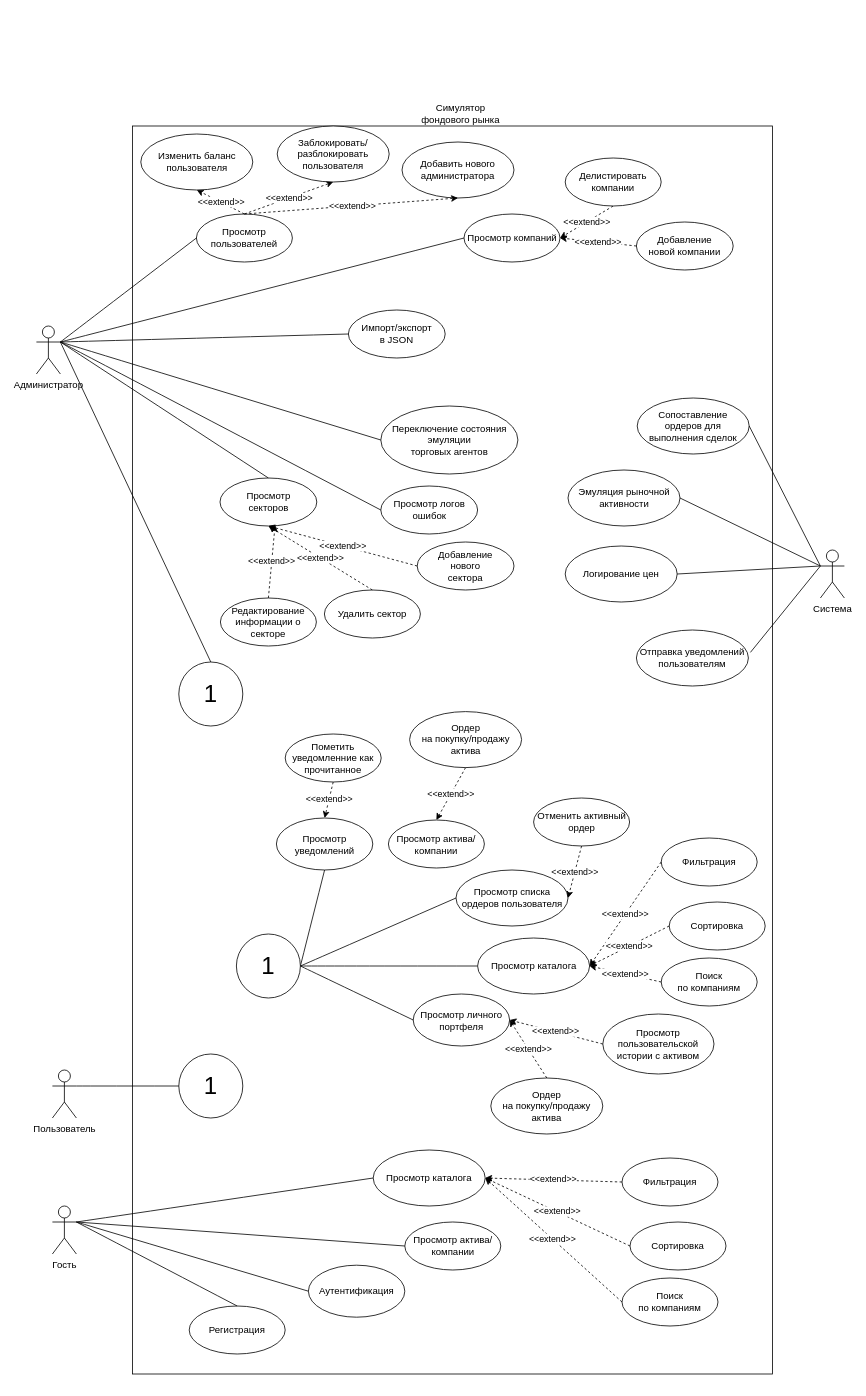
ksayron/StockLab keeps this draw.io diagram as Docs/Diagrams/StockLab-UseCase.drawio. Above is the earlier version. Source tidied: cells renumbered, new cells numbered last; positions are measured from the earlier drawing's top-left corner, leaving out a move shared by most shapes. Both pictures are drawn from the tidied source at 80%, with x=0, y=0 at pixel (36, 102).
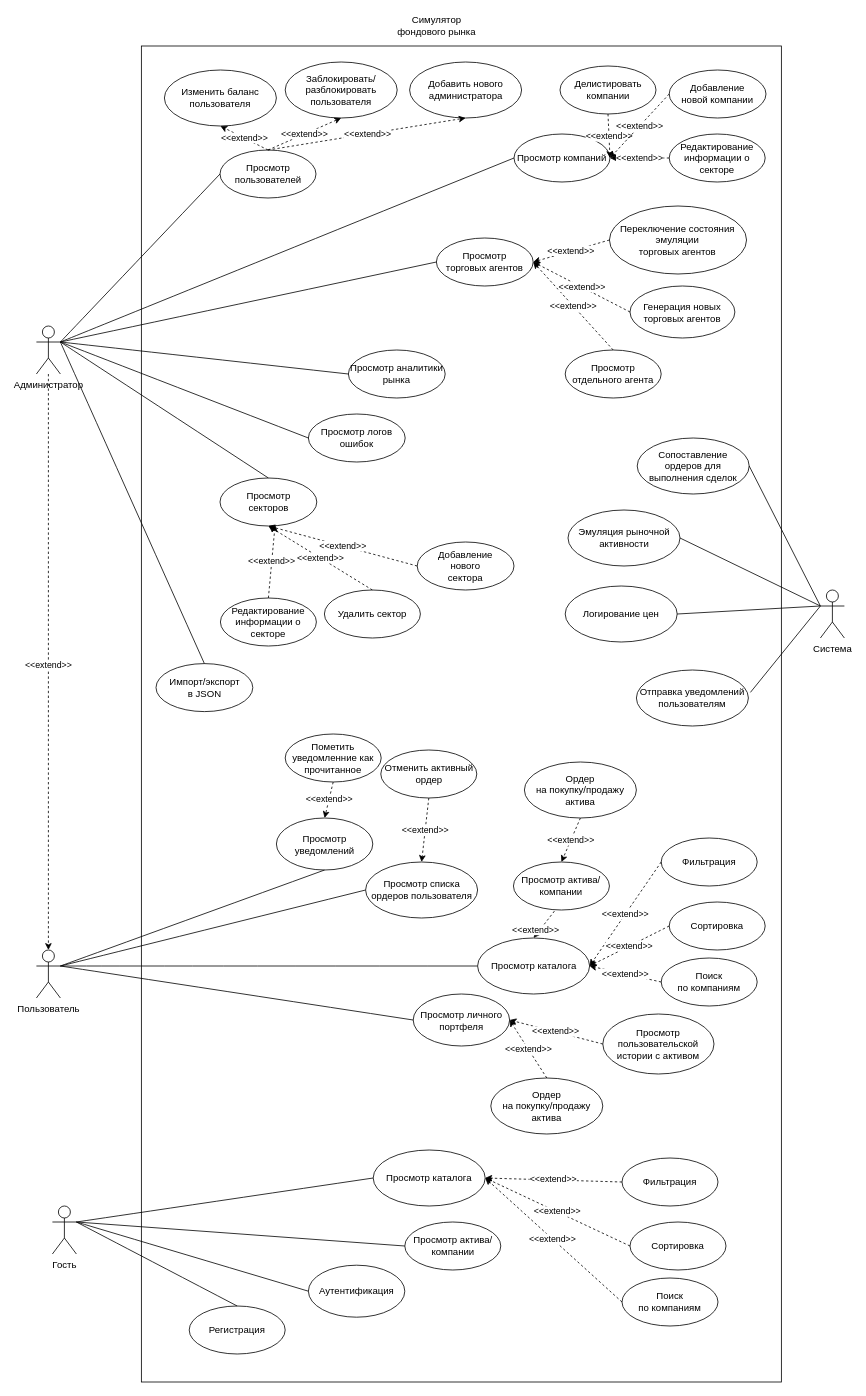
Above is the later version.

Unchanged cells that the change refers to:
```xml
<mxCell id="4" value="Администратор" style="shape=umlActor;verticalLabelPosition=bottom;verticalAlign=top;html=1;outlineConnect=0;shadow=0;glass=0;sketch=0;strokeColor=default;strokeWidth=1;fillColor=default;gradientColor=none;direction=west;flipV=1;" parent="1" vertex="1">
  <mxGeometry y="280" width="30" height="60" as="geometry" />
</mxCell>
<mxCell id="6" value="Просмотр уведомлений" style="ellipse;whiteSpace=wrap;html=1;shadow=0;glass=0;sketch=0;strokeColor=default;strokeWidth=1;fillColor=default;gradientColor=none;" parent="1" vertex="1">
  <mxGeometry x="300" y="895" width="120.5" height="65" as="geometry" />
</mxCell>
<mxCell id="55" value="Просмотр каталога" style="ellipse;whiteSpace=wrap;html=1;shadow=0;glass=0;sketch=0;strokeColor=default;strokeWidth=1;fillColor=default;gradientColor=none;" parent="1" vertex="1">
  <mxGeometry x="551.5" y="1045" width="140" height="70" as="geometry" />
</mxCell>
<mxCell id="60" value="Просмотр личного портфеля" style="ellipse;whiteSpace=wrap;html=1;shadow=0;glass=0;sketch=0;strokeColor=default;strokeWidth=1;fillColor=default;gradientColor=none;" parent="1" vertex="1">
  <mxGeometry x="471" y="1115" width="120.5" height="65" as="geometry" />
</mxCell>
```

Change to the diagram source:
```diff
@@
     <mxCell id="2" style="rounded=0;whiteSpace=wrap;html=1;" parent="1" vertex="1">
-      <mxGeometry x="120" y="30" width="800" height="1560" as="geometry" />
+      <mxGeometry x="131.2" y="-70" width="800" height="1670" as="geometry" />
     </mxCell>
     <mxCell id="3" value="Симулятор фондового рынка" style="text;html=1;strokeColor=none;fillColor=none;align=center;verticalAlign=middle;whiteSpace=wrap;rounded=0;shadow=0;glass=0;sketch=0;strokeWidth=1;" parent="1" vertex="1">
-      <mxGeometry x="477" width="107" height="30" as="geometry" />
+      <mxGeometry x="446.5" y="-110" width="107" height="30" as="geometry" />
     </mxCell>
@@
     <mxCell id="5" value="Пользователь&lt;div&gt;&lt;br&gt;&lt;/div&gt;" style="shape=umlActor;verticalLabelPosition=bottom;verticalAlign=top;html=1;outlineConnect=0;shadow=0;glass=0;sketch=0;strokeColor=default;strokeWidth=1;fillColor=default;gradientColor=none;" parent="1" vertex="1">
-      <mxGeometry x="20" y="1210" width="30" height="60" as="geometry" />
+      <mxGeometry y="1060" width="30" height="60" as="geometry" />
     </mxCell>
@@
-    <mxCell id="9" style="endArrow=none;html=1;strokeWidth=1;curved=1;exitX=1;exitY=0.5;exitDx=0;exitDy=0;entryX=0;entryY=0.5;entryDx=0;entryDy=0;" parent="1" edge="1" source="67" target="65">
+    <mxCell id="9" style="endArrow=none;html=1;strokeWidth=1;curved=1;exitX=1;exitY=0.3333333333333333;exitDx=0;exitDy=0;entryX=0;entryY=0.5;entryDx=0;entryDy=0;exitPerimeter=0;" parent="1" edge="1" source="5" target="65">
       <mxGeometry relative="1" as="geometry" />
     </mxCell>
@@
-    <mxCell id="11" style="endArrow=none;html=1;strokeWidth=1;curved=1;exitX=1;exitY=0.5;exitDx=0;exitDy=0;entryX=0.5;entryY=1;entryDx=0;entryDy=0;" parent="1" edge="1" source="67" target="6">
+    <mxCell id="11" style="endArrow=none;html=1;strokeWidth=1;curved=1;exitX=1;exitY=0.3333333333333333;exitDx=0;exitDy=0;entryX=0.5;entryY=1;entryDx=0;entryDy=0;exitPerimeter=0;" parent="1" edge="1" source="5" target="6">
       <mxGeometry relative="1" as="geometry" />
     </mxCell>
@@
     <mxCell id="15" value="Просмотр пользователей" style="ellipse;whiteSpace=wrap;html=1;shadow=0;glass=0;sketch=0;strokeColor=default;strokeWidth=1;fillColor=default;gradientColor=none;" parent="1" vertex="1">
-      <mxGeometry x="200" y="140" width="120" height="60" as="geometry" />
+      <mxGeometry x="229.5" y="60" width="120" height="60" as="geometry" />
     </mxCell>
@@
     <mxCell id="18" value="Добавление&lt;br&gt;новой компании" style="ellipse;whiteSpace=wrap;html=1;shadow=0;glass=0;sketch=0;strokeColor=default;strokeWidth=1;fillColor=default;gradientColor=none;" parent="1" vertex="1">
-      <mxGeometry x="750" y="150" width="121" height="60" as="geometry" />
+      <mxGeometry x="791" y="-40" width="121" height="60" as="geometry" />
     </mxCell>
     <mxCell id="19" value="Просмотр логов ошибок" style="ellipse;whiteSpace=wrap;html=1;shadow=0;glass=0;sketch=0;strokeColor=default;strokeWidth=1;fillColor=default;gradientColor=none;" parent="1" vertex="1">
-      <mxGeometry x="430.5" y="480" width="121" height="60" as="geometry" />
+      <mxGeometry x="340" y="390" width="121" height="60" as="geometry" />
     </mxCell>
@@
     <mxCell id="21" value="Просмотр компаний" style="ellipse;whiteSpace=wrap;html=1;shadow=0;glass=0;sketch=0;strokeColor=default;strokeWidth=1;fillColor=default;gradientColor=none;" parent="1" vertex="1">
-      <mxGeometry x="534.5" y="140" width="120" height="60" as="geometry" />
+      <mxGeometry x="597" y="40" width="120" height="60" as="geometry" />
     </mxCell>
@@
     <mxCell id="24" value="Заблокировать/разблокировать&lt;br&gt;пользователя" style="ellipse;whiteSpace=wrap;html=1;shadow=0;glass=0;sketch=0;strokeColor=default;strokeWidth=1;fillColor=default;gradientColor=none;" parent="1" vertex="1">
-      <mxGeometry x="301" y="30" width="140" height="70" as="geometry" />
+      <mxGeometry x="311" y="-50" width="140" height="70" as="geometry" />
     </mxCell>
@@
     <mxCell id="26" value="Делистировать компании" style="ellipse;whiteSpace=wrap;html=1;shadow=0;glass=0;sketch=0;strokeColor=default;strokeWidth=1;fillColor=default;gradientColor=none;" parent="1" vertex="1">
-      <mxGeometry x="661" y="70" width="120" height="60" as="geometry" />
+      <mxGeometry x="654.5" y="-45" width="120" height="60" as="geometry" />
     </mxCell>
@@
-    <mxCell id="29" style="endArrow=none;html=1;strokeWidth=1;curved=1;exitX=1;exitY=0.5;exitDx=0;exitDy=0;entryX=0;entryY=0.5;entryDx=0;entryDy=0;" parent="1" edge="1" source="67" target="55">
+    <mxCell id="29" style="endArrow=none;html=1;strokeWidth=1;curved=1;exitX=1;exitY=0.3333333333333333;exitDx=0;exitDy=0;entryX=0;entryY=0.5;entryDx=0;entryDy=0;exitPerimeter=0;" parent="1" edge="1" source="5" target="55">
       <mxGeometry relative="1" as="geometry" />
     </mxCell>
     <mxCell id="30" value="Отменить активный ордер" style="ellipse;whiteSpace=wrap;html=1;shadow=0;glass=0;sketch=0;strokeColor=default;strokeWidth=1;fillColor=default;gradientColor=none;" parent="1" vertex="1">
-      <mxGeometry x="621.5" y="870" width="120" height="60" as="geometry" />
+      <mxGeometry x="430.5" y="810" width="120" height="60" as="geometry" />
     </mxCell>
@@
-    <mxCell id="35" style="endArrow=none;html=1;rounded=0;entryX=0.5;entryY=0;entryDx=0;entryDy=0;exitX=0;exitY=0.3333333333333333;exitDx=0;exitDy=0;exitPerimeter=0;" parent="1" edge="1" source="4" target="75">
-      <mxGeometry relative="1" as="geometry" />
-    </mxCell>
@@
     <mxCell id="37" value="Изменить баланс пользователя" style="ellipse;whiteSpace=wrap;html=1;shadow=0;glass=0;sketch=0;strokeColor=default;strokeWidth=1;fillColor=default;gradientColor=none;" parent="1" vertex="1">
-      <mxGeometry x="130.5" y="40" width="140" height="70" as="geometry" />
+      <mxGeometry x="160" y="-40" width="140" height="70" as="geometry" />
     </mxCell>
     <mxCell id="38" value="Переключение состояния эмуляции&lt;br&gt;торговых агентов" style="ellipse;whiteSpace=wrap;html=1;shadow=0;glass=0;sketch=0;strokeColor=default;strokeWidth=1;fillColor=default;gradientColor=none;" parent="1" vertex="1">
-      <mxGeometry x="430.5" y="380" width="171.4" height="85" as="geometry" />
+      <mxGeometry x="716.3" y="130" width="171.4" height="85" as="geometry" />
     </mxCell>
@@
     <mxCell id="45" value="Просмотр актива/компании" style="ellipse;whiteSpace=wrap;html=1;shadow=0;glass=0;sketch=0;strokeColor=default;strokeWidth=1;fillColor=default;gradientColor=none;" parent="1" vertex="1">
-      <mxGeometry x="440" y="897.5" width="120" height="60" as="geometry" />
+      <mxGeometry x="596.3" y="950" width="120" height="60" as="geometry" />
     </mxCell>
@@
-    <mxCell id="61" style="endArrow=none;html=1;strokeWidth=1;curved=1;exitX=1;exitY=0.5;exitDx=0;exitDy=0;entryX=0;entryY=0.5;entryDx=0;entryDy=0;" parent="1" edge="1" source="67" target="60">
+    <mxCell id="61" style="endArrow=none;html=1;strokeWidth=1;curved=1;exitX=1;exitY=0.3333333333333333;exitDx=0;exitDy=0;entryX=0;entryY=0.5;entryDx=0;entryDy=0;exitPerimeter=0;" parent="1" edge="1" source="5" target="60">
       <mxGeometry relative="1" as="geometry" />
     </mxCell>
@@
     <mxCell id="65" value="Просмотр списка ордеров пользователя" style="ellipse;whiteSpace=wrap;html=1;shadow=0;glass=0;sketch=0;strokeColor=default;strokeWidth=1;fillColor=default;gradientColor=none;" parent="1" vertex="1">
-      <mxGeometry x="524.5" y="960" width="140" height="70" as="geometry" />
+      <mxGeometry x="411.5" y="950" width="140" height="70" as="geometry" />
     </mxCell>
-    <mxCell id="66" value="&amp;lt;&amp;lt;extend&amp;gt;&amp;gt;" style="rounded=0;jettySize=auto;html=1;dashed=1;exitX=0.5;exitY=1;exitDx=0;exitDy=0;entryX=1;entryY=0.5;entryDx=0;entryDy=0;" parent="1" edge="1" source="30" target="65">
+    <mxCell id="66" value="&amp;lt;&amp;lt;extend&amp;gt;&amp;gt;" style="rounded=0;jettySize=auto;html=1;dashed=1;exitX=0.5;exitY=1;exitDx=0;exitDy=0;entryX=0.5;entryY=0;entryDx=0;entryDy=0;" parent="1" edge="1" source="30" target="65">
       <mxGeometry relative="1" as="geometry" />
     </mxCell>
-    <mxCell id="67" value="&lt;font style=&quot;font-size: 30px;&quot;&gt;1&lt;/font&gt;" style="ellipse;whiteSpace=wrap;html=1;" parent="1" vertex="1">
-      <mxGeometry x="250" y="1040" width="80" height="80" as="geometry" />
-    </mxCell>
     <mxCell id="68" value="Ордер&lt;br&gt;на покупку/продажу&lt;div&gt;актива&lt;/div&gt;" style="ellipse;whiteSpace=wrap;html=1;shadow=0;glass=0;sketch=0;strokeColor=default;strokeWidth=1;fillColor=default;gradientColor=none;" parent="1" vertex="1">
-      <mxGeometry x="466.5" y="762" width="140" height="70" as="geometry" />
+      <mxGeometry x="610" y="825" width="140" height="70" as="geometry" />
     </mxCell>
@@
-    <mxCell id="70" value="&lt;font style=&quot;font-size: 30px;&quot;&gt;1&lt;/font&gt;" style="ellipse;whiteSpace=wrap;html=1;" parent="1" vertex="1">
-      <mxGeometry x="178" y="1190" width="80" height="80" as="geometry" />
-    </mxCell>
-    <mxCell id="71" style="endArrow=none;html=1;strokeWidth=1;curved=1;exitX=1;exitY=0.3333333333333333;exitDx=0;exitDy=0;entryX=0;entryY=0.5;entryDx=0;entryDy=0;exitPerimeter=0;" parent="1" edge="1" source="5" target="70">
-      <mxGeometry relative="1" as="geometry" />
-    </mxCell>
@@
     <mxCell id="73" value="Добавить нового&lt;br&gt;администратора" style="ellipse;whiteSpace=wrap;html=1;shadow=0;glass=0;sketch=0;strokeColor=default;strokeWidth=1;fillColor=default;gradientColor=none;" parent="1" vertex="1">
-      <mxGeometry x="457" y="50" width="140" height="70" as="geometry" />
+      <mxGeometry x="466.5" y="-50" width="140" height="70" as="geometry" />
     </mxCell>
@@
-    <mxCell id="75" value="&lt;font style=&quot;font-size: 30px;&quot;&gt;1&lt;/font&gt;" style="ellipse;whiteSpace=wrap;html=1;" parent="1" vertex="1">
-      <mxGeometry x="178" y="700" width="80" height="80" as="geometry" />
-    </mxCell>
     <mxCell id="76" value="Импорт/экспорт&lt;div&gt;в JSON&lt;/div&gt;" style="ellipse;whiteSpace=wrap;html=1;shadow=0;glass=0;sketch=0;strokeColor=default;strokeWidth=1;fillColor=default;gradientColor=none;" parent="1" vertex="1">
-      <mxGeometry x="390" y="260" width="121" height="60" as="geometry" />
+      <mxGeometry x="149.5" y="702" width="121" height="60" as="geometry" />
     </mxCell>
-    <mxCell id="77" style="endArrow=none;html=1;strokeWidth=1;curved=1;exitX=0;exitY=0.3333333333333333;exitDx=0;exitDy=0;exitPerimeter=0;entryX=0;entryY=0.5;entryDx=0;entryDy=0;" parent="1" edge="1" source="4" target="38">
+    <mxCell id="77" style="endArrow=none;html=1;strokeWidth=1;curved=1;exitX=0;exitY=0.3333333333333333;exitDx=0;exitDy=0;exitPerimeter=0;entryX=0;entryY=0.5;entryDx=0;entryDy=0;" parent="1" edge="1" source="4" target="91">
       <mxGeometry relative="1" as="geometry" />
     </mxCell>
-    <mxCell id="78" style="endArrow=none;html=1;strokeWidth=1;curved=1;exitX=0;exitY=0.3333333333333333;exitDx=0;exitDy=0;exitPerimeter=0;entryX=0;entryY=0.5;entryDx=0;entryDy=0;" parent="1" edge="1" source="4" target="76">
+    <mxCell id="78" style="endArrow=none;html=1;strokeWidth=1;curved=1;exitX=0;exitY=0.3333333333333333;exitDx=0;exitDy=0;exitPerimeter=0;entryX=0.5;entryY=0;entryDx=0;entryDy=0;" parent="1" edge="1" source="4" target="76">
       <mxGeometry relative="1" as="geometry" />
     </mxCell>
     <mxCell id="79" value="Система&lt;div&gt;&lt;br&gt;&lt;/div&gt;" style="shape=umlActor;verticalLabelPosition=bottom;verticalAlign=top;html=1;outlineConnect=0;" parent="1" vertex="1">
-      <mxGeometry x="980" y="560" width="30" height="60" as="geometry" />
+      <mxGeometry x="980" y="610" width="30" height="60" as="geometry" />
     </mxCell>
     <mxCell id="80" value="Сопоставление &lt;br&gt;ордеров для выполнения сделок" style="ellipse;whiteSpace=wrap;html=1;shadow=0;glass=0;sketch=0;strokeColor=default;strokeWidth=1;fillColor=default;gradientColor=none;" parent="1" vertex="1">
-      <mxGeometry x="751" y="370" width="140" height="70" as="geometry" />
+      <mxGeometry x="751" y="420" width="140" height="70" as="geometry" />
     </mxCell>
     <mxCell id="81" value="Логирование цен" style="ellipse;whiteSpace=wrap;html=1;shadow=0;glass=0;sketch=0;strokeColor=default;strokeWidth=1;fillColor=default;gradientColor=none;" parent="1" vertex="1">
-      <mxGeometry x="661" y="555" width="140" height="70" as="geometry" />
+      <mxGeometry x="661" y="605" width="140" height="70" as="geometry" />
     </mxCell>
     <mxCell id="82" value="Эмуляция рыночной активности" style="ellipse;whiteSpace=wrap;html=1;shadow=0;glass=0;sketch=0;strokeColor=default;strokeWidth=1;fillColor=default;gradientColor=none;" parent="1" vertex="1">
-      <mxGeometry x="664.5" y="460" width="140" height="70" as="geometry" />
+      <mxGeometry x="664.5" y="510" width="140" height="70" as="geometry" />
     </mxCell>
@@
     <mxCell id="84" value="Отправка уведомлений пользователям" style="ellipse;whiteSpace=wrap;html=1;shadow=0;glass=0;sketch=0;strokeColor=default;strokeWidth=1;fillColor=default;gradientColor=none;" parent="1" vertex="1">
-      <mxGeometry x="750" y="660" width="140" height="70" as="geometry" />
+      <mxGeometry x="750" y="710" width="140" height="70" as="geometry" />
     </mxCell>
@@
+    <mxCell id="88" value="&amp;lt;&amp;lt;extend&amp;gt;&amp;gt;" style="rounded=0;jettySize=auto;html=1;dashed=1;entryX=0.5;entryY=0;entryDx=0;entryDy=0;entryPerimeter=0;" parent="1" edge="1" source="4" target="5">
+      <mxGeometry x="0.01" relative="1" as="geometry" />
+    </mxCell>
+    <mxCell id="89" value="Редактирование&lt;div&gt;информации о секторе&lt;/div&gt;" style="ellipse;whiteSpace=wrap;html=1;shadow=0;glass=0;sketch=0;strokeColor=default;strokeWidth=1;fillColor=default;gradientColor=none;" parent="1" vertex="1">
+      <mxGeometry x="791" y="40" width="120" height="60" as="geometry" />
+    </mxCell>
+    <mxCell id="90" value="&amp;lt;&amp;lt;extend&amp;gt;&amp;gt;" style="rounded=0;jettySize=auto;html=1;dashed=1;entryX=1;entryY=0.5;entryDx=0;entryDy=0;exitX=0;exitY=0.5;exitDx=0;exitDy=0;" parent="1" edge="1" source="89" target="21">
+      <mxGeometry relative="1" as="geometry" />
+    </mxCell>
+    <mxCell id="91" value="Просмотр&lt;br&gt;торговых агентов" style="ellipse;whiteSpace=wrap;html=1;shadow=0;glass=0;sketch=0;strokeColor=default;strokeWidth=1;fillColor=default;gradientColor=none;" parent="1" vertex="1">
+      <mxGeometry x="500" y="170" width="121" height="60" as="geometry" />
+    </mxCell>
+    <mxCell id="92" value="&amp;lt;&amp;lt;extend&amp;gt;&amp;gt;" style="rounded=0;jettySize=auto;html=1;dashed=1;exitX=0;exitY=0.5;exitDx=0;exitDy=0;entryX=1;entryY=0.5;entryDx=0;entryDy=0;" parent="1" edge="1" source="38" target="91">
+      <mxGeometry relative="1" as="geometry" />
+    </mxCell>
+    <mxCell id="93" value="Генерация новых торговых агентов" style="ellipse;whiteSpace=wrap;html=1;shadow=0;glass=0;sketch=0;strokeColor=default;strokeWidth=1;fillColor=default;gradientColor=none;" parent="1" vertex="1">
+      <mxGeometry x="742" y="230" width="131.1" height="65" as="geometry" />
+    </mxCell>
+    <mxCell id="94" value="&amp;lt;&amp;lt;extend&amp;gt;&amp;gt;" style="rounded=0;jettySize=auto;html=1;dashed=1;exitX=0.427;exitY=1.023;exitDx=0;exitDy=0;entryX=0.5;entryY=0;entryDx=0;entryDy=0;exitPerimeter=0;" parent="1" edge="1" source="45" target="55">
+      <mxGeometry x="0.57" y="-4" relative="1" as="geometry" />
+    </mxCell>
+    <mxCell id="95" value="&amp;lt;&amp;lt;extend&amp;gt;&amp;gt;" style="rounded=0;jettySize=auto;html=1;dashed=1;exitX=0.5;exitY=0;exitDx=0;exitDy=0;entryX=1;entryY=0.5;entryDx=0;entryDy=0;" parent="1" edge="1" source="96" target="91">
+      <mxGeometry relative="1" as="geometry" />
+    </mxCell>
+    <mxCell id="96" value="Просмотр отдельного агента" style="ellipse;whiteSpace=wrap;html=1;shadow=0;glass=0;sketch=0;strokeColor=default;strokeWidth=1;fillColor=default;gradientColor=none;" parent="1" vertex="1">
+      <mxGeometry x="661" y="310" width="120" height="60" as="geometry" />
+    </mxCell>
+    <mxCell id="97" value="&amp;lt;&amp;lt;extend&amp;gt;&amp;gt;" style="rounded=0;jettySize=auto;html=1;dashed=1;exitX=0;exitY=0.5;exitDx=0;exitDy=0;entryX=1;entryY=0.5;entryDx=0;entryDy=0;" parent="1" edge="1" source="93" target="91">
+      <mxGeometry relative="1" as="geometry" />
+    </mxCell>
+    <mxCell id="98" value="Просмотр аналитики рынка" style="ellipse;whiteSpace=wrap;html=1;shadow=0;glass=0;sketch=0;strokeColor=default;strokeWidth=1;fillColor=default;gradientColor=none;" parent="1" vertex="1">
+      <mxGeometry x="390" y="310" width="121" height="60" as="geometry" />
+    </mxCell>
+    <mxCell id="99" style="endArrow=none;html=1;strokeWidth=1;curved=1;exitX=0;exitY=0.3333333333333333;exitDx=0;exitDy=0;exitPerimeter=0;entryX=0;entryY=0.5;entryDx=0;entryDy=0;" parent="1" edge="1" source="4" target="98">
+      <mxGeometry relative="1" as="geometry" />
+    </mxCell>
```
